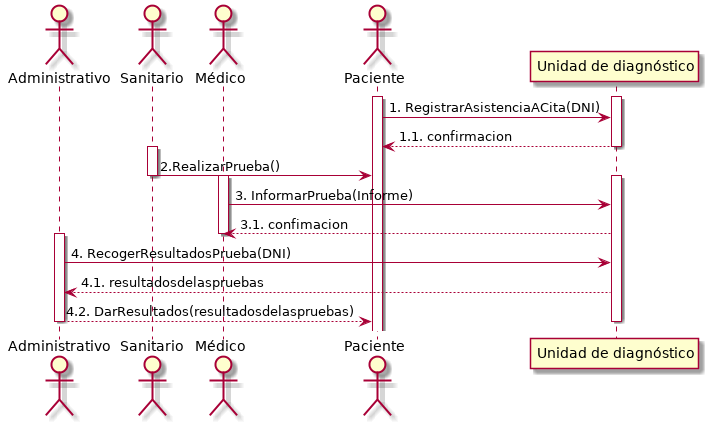
Above: P3/UnidadDeDiagnistico.png in Ludvins/DGIIM_FIS (PlantUML), before the change. Source of this version:
```plantuml
@startuml

actor Administrativo
actor Sanitario
actor Médico
actor Paciente
participant "Unidad de diagnóstico" as UD

activate UD
activate Paciente
Paciente -> UD : 1. RegistrarAsistenciaACita(DNI)
UD --> Paciente : 1.1. confirmacion
deactivate UD

activate Sanitario
Sanitario -> Paciente : 2.RealizarPrueba()
deactivate Sanitario

activate UD
activate Médico
Médico -> UD : 3. InformarPrueba(Informe)
UD --> Médico : 3.1. confimacion
deactivate Médico


activate Administrativo
Administrativo -> UD : 4. RecogerResultadosPrueba(DNI)
UD --> Administrativo : 4.1. resultadosdelaspruebas
Administrativo --> Paciente : 4.2. DarResultados(resultadosdelaspruebas)
deactivate Administrativo
deactivate UD
@enduml
```
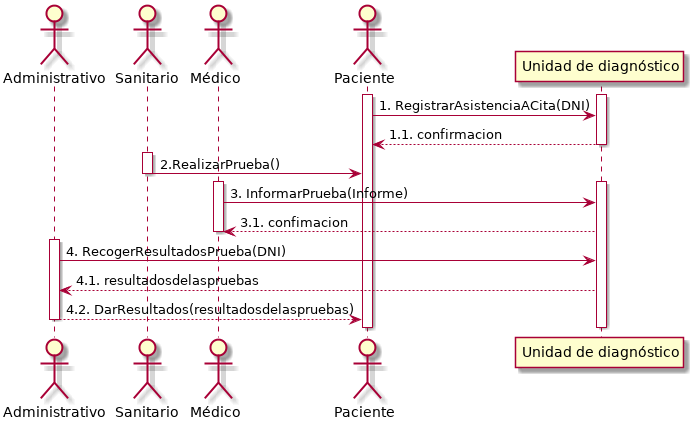
Above is the later version.

Commit message:
P3: Unidad de diagnistico

Change to the diagram source:
```diff
@@ -1,5 +1,5 @@
 @startuml
-
+!pragma teoz true
 actor Administrativo
 actor Sanitario
 actor Médico
@@ -29,4 +29,5 @@
 Administrativo --> Paciente : 4.2. DarResultados(resultadosdelaspruebas)
 deactivate Administrativo
 deactivate UD
+deactivate Paciente
 @enduml
```
